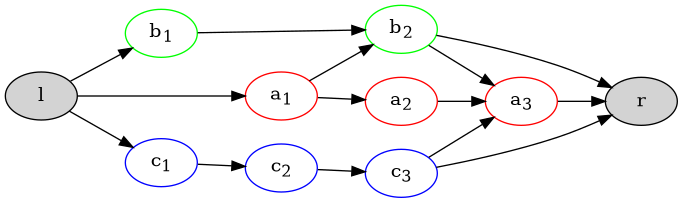
The Graphviz diagram proposal/figures/dag.png in braidpool/braidpool, before a commit. Its source is kept beside it as proposal/figures/dag.dot.
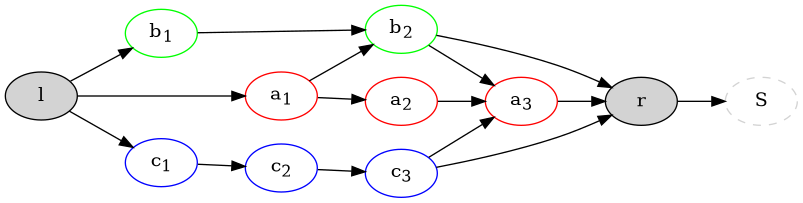
The same file after the commit.

The edit, as a diff of the source:
```diff
@@ -14,6 +14,7 @@
 
     l [style=filled]
     r [style=filled]
+    sentinel [style=dashed, label=<S>, color=lightgrey]
 
     l -> a1
     l -> b1
@@ -25,5 +26,6 @@
     b2 -> a3
     c1 -> c2 -> c3 -> r
     c3 -> a3
+    r -> sentinel
 
 }
```
